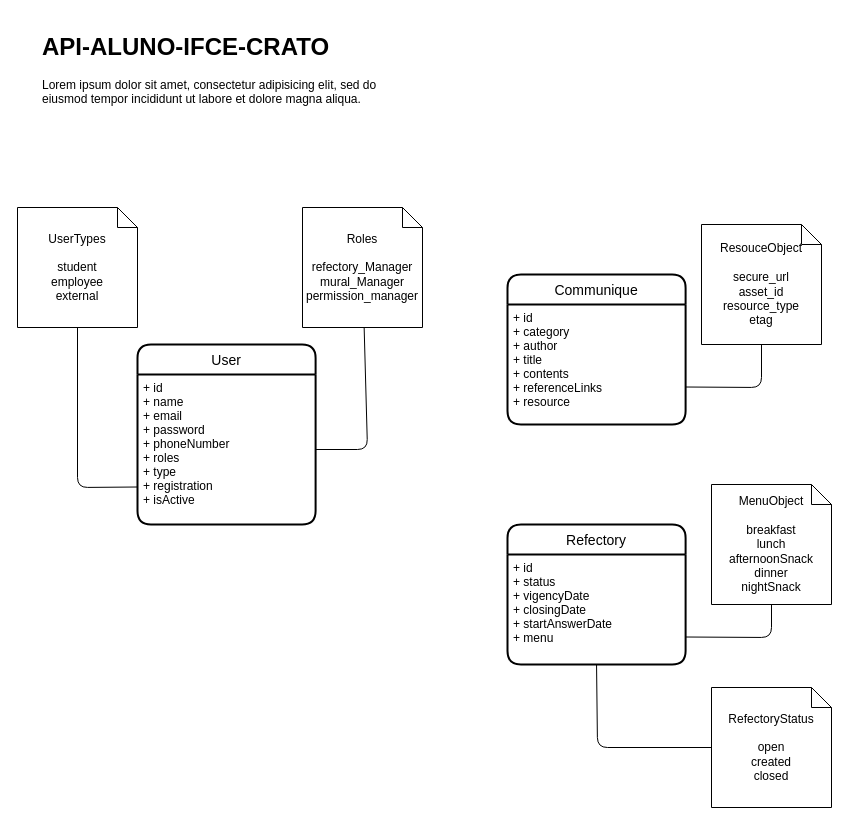
Earlier version of the draw.io diagram src/docs/db.drawio (Jeferson-Mendes/api-aluno-ifce-crato). Source tidied: cells renumbered, new cells numbered last; positions are measured from the earlier drawing's top-left corner, leaving out a move shared by most shapes. Both pictures are drawn from the tidied source at 100%, with x=0, y=0 at pixel (17, 27).
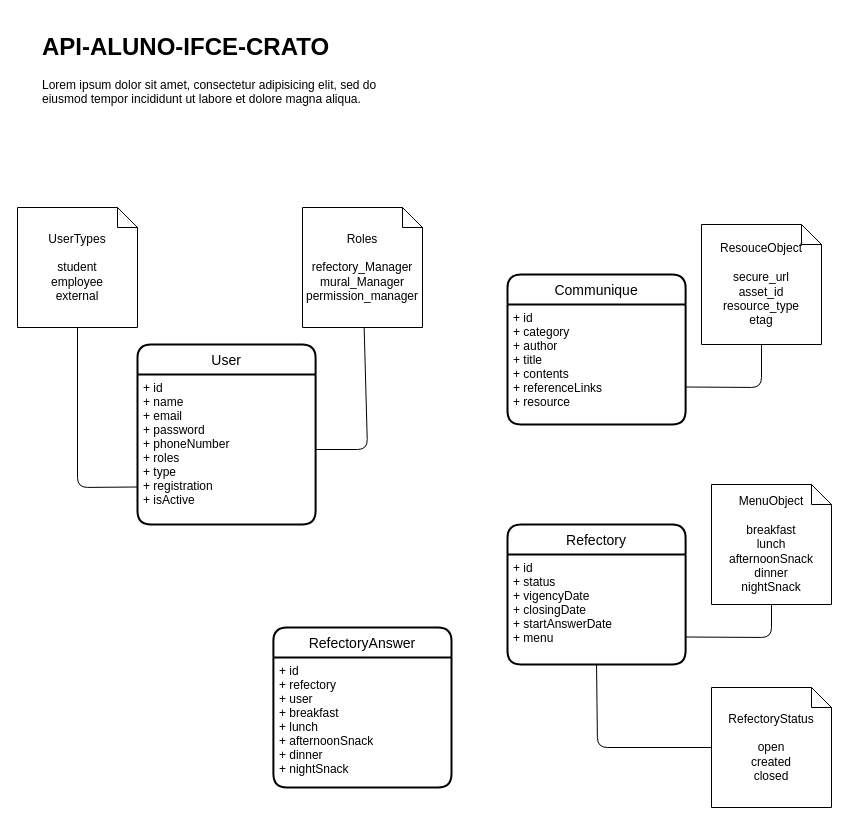
Above is the later version.

Commit message:
doc: update databate draw

Change to the diagram source:
```diff
@@
+    <mxCell id="19" value="RefectoryAnswer" style="swimlane;horizontal=1;startSize=30;rounded=1;fontSize=14;fontStyle=0;strokeWidth=2;shadow=0;dashed=0;align=center;" parent="1" vertex="1">
+      <mxGeometry x="255.9" y="600" width="178.1" height="160" as="geometry" />
+    </mxCell>
+    <mxCell id="20" value="+ id&#10;+ refectory&#10;+ user&#10;+ breakfast&#10;+ lunch&#10;+ afternoonSnack&#10;+ dinner&#10;+ nightSnack" style="align=left;strokeColor=none;fillColor=none;spacingLeft=4;fontSize=12;verticalAlign=top;" parent="19" vertex="1">
+      <mxGeometry y="30" width="178.1" height="130" as="geometry" />
+    </mxCell>
```
